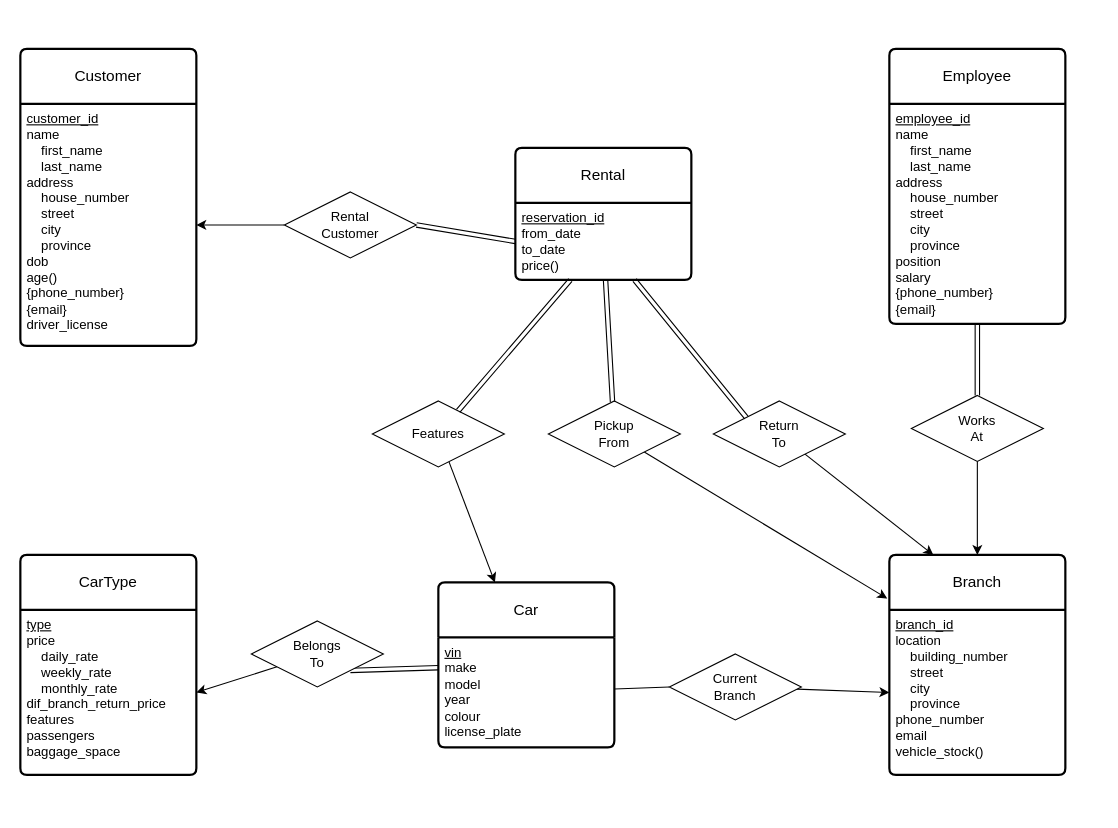
This is ER_Diagram/Car_Rental-ER_Diagram.drawio from jordanbeaubien/fuzzy-waffle, a draw.io file, before an edit. Source tidied: cells renumbered, new cells numbered last; positions are measured from the earlier drawing's top-left corner, leaving out a move shared by most shapes. Both pictures are drawn from the tidied source at 110%, with x=0, y=0 at pixel (20, 48).
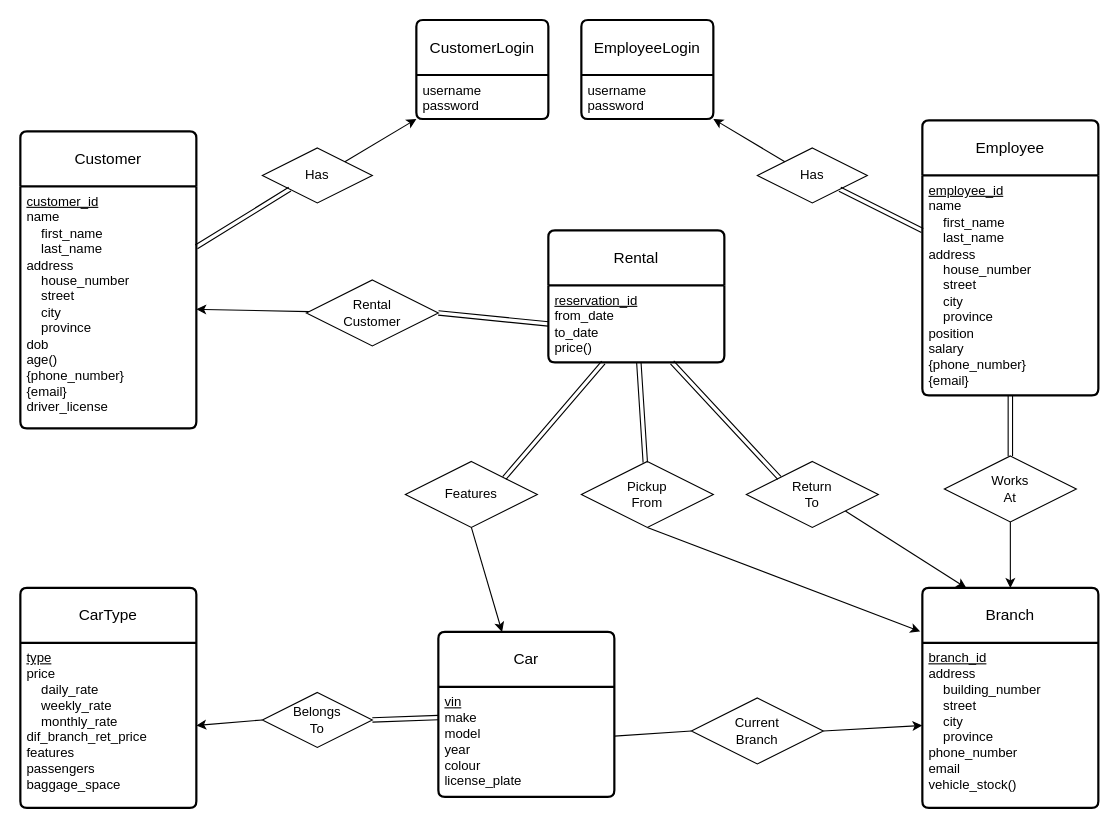
After the change.

Commit message (it also covers changes not shown here):
Updated ER diagram to match new Tables

Unchanged cells that the change refers to:
```xml
<mxCell id="3" value="&lt;u&gt;customer_id&lt;/u&gt;&lt;br&gt;name&lt;br&gt;&lt;span style=&quot;white-space: pre;&quot;&gt;&amp;nbsp;   &lt;/span&gt;first_name&lt;br&gt;&lt;span style=&quot;white-space: pre;&quot;&gt;&amp;nbsp;   &lt;/span&gt;last_name&lt;br&gt;address&lt;br&gt;&lt;span style=&quot;white-space: pre;&quot;&gt;    &lt;/span&gt;house_number&lt;br&gt;&lt;span style=&quot;white-space: pre;&quot;&gt;    &lt;/span&gt;street&lt;br&gt;&lt;span style=&quot;white-space: pre;&quot;&gt;    &lt;/span&gt;city&lt;br&gt;&lt;span style=&quot;white-space: pre;&quot;&gt;    &lt;/span&gt;province&lt;br&gt;dob&lt;br&gt;age()&lt;br&gt;{phone_number}&lt;br&gt;{email}&lt;br&gt;driver_license" style="align=left;strokeColor=none;fillColor=none;spacingLeft=4;fontSize=12;verticalAlign=top;html=1;" parent="2" vertex="1">
  <mxGeometry y="50" width="160" height="220" as="geometry" />
</mxCell>
<mxCell id="6" value="&lt;u&gt;reservation_id&lt;/u&gt;&lt;br&gt;from_date&lt;br&gt;to_date&lt;br&gt;price()&lt;br&gt;" style="align=left;strokeColor=none;fillColor=none;spacingLeft=4;fontSize=12;verticalAlign=top;html=1;" parent="5" vertex="1">
  <mxGeometry y="50" width="160" height="70" as="geometry" />
</mxCell>
<mxCell id="31" value="&lt;u&gt;employee_id&lt;/u&gt;&lt;br&gt;name&lt;br&gt;&lt;span style=&quot;&quot;&gt;&lt;/span&gt;&amp;nbsp; &amp;nbsp; first_name&lt;br&gt;&lt;span style=&quot;&quot;&gt;&lt;/span&gt;&amp;nbsp; &amp;nbsp; last_name&lt;br&gt;address&lt;br&gt;&lt;span style=&quot;&quot;&gt;&lt;/span&gt;&amp;nbsp; &amp;nbsp; house_number&lt;br&gt;&lt;span style=&quot;&quot;&gt;&lt;/span&gt;&amp;nbsp; &amp;nbsp; street&lt;br&gt;&lt;span style=&quot;&quot;&gt;&lt;/span&gt;&amp;nbsp; &amp;nbsp; city&lt;br&gt;&lt;span style=&quot;&quot;&gt;&lt;/span&gt;&amp;nbsp; &amp;nbsp; province&lt;br&gt;position&lt;br&gt;salary&lt;br&gt;{phone_number}&lt;br&gt;{email}" style="align=left;strokeColor=none;fillColor=none;spacingLeft=4;fontSize=12;verticalAlign=top;html=1;" parent="30" vertex="1">
  <mxGeometry y="50" width="160" height="200" as="geometry" />
</mxCell>
```

Diff of the diagram source:
```diff
@@
     <mxCell id="2" value="Customer" style="swimlane;horizontal=1;startSize=50;rounded=1;fontSize=14;fontStyle=0;strokeWidth=2;shadow=0;dashed=0;align=center;arcSize=4;whiteSpace=wrap;html=1;" parent="1" vertex="1">
-      <mxGeometry width="160" height="270" as="geometry" />
+      <mxGeometry y="75" width="160" height="270" as="geometry" />
     </mxCell>
@@
     <mxCell id="5" value="Rental" style="swimlane;horizontal=1;startSize=50;rounded=1;fontSize=14;fontStyle=0;strokeWidth=2;shadow=0;dashed=0;align=center;arcSize=4;whiteSpace=wrap;html=1;" parent="1" vertex="1">
-      <mxGeometry x="450" y="90" width="160" height="120" as="geometry" />
+      <mxGeometry x="480" y="165" width="160" height="120" as="geometry" />
     </mxCell>
@@
     <mxCell id="9" value="Rental&lt;br&gt;Customer" style="shape=rhombus;perimeter=rhombusPerimeter;whiteSpace=wrap;html=1;align=center;" parent="1" vertex="1">
-      <mxGeometry x="240" y="130" width="120" height="60" as="geometry" />
+      <mxGeometry x="260" y="210" width="120" height="60" as="geometry" />
     </mxCell>
-    <mxCell id="10" style="rounded=0;jettySize=auto;html=1;entryX=1;entryY=1;entryDx=0;entryDy=0;shape=link;" parent="1" edge="1" source="11" target="16">
+    <mxCell id="10" style="rounded=0;jettySize=auto;html=1;entryX=1;entryY=0.5;entryDx=0;entryDy=0;shape=link;" parent="1" edge="1" source="11" target="16">
       <mxGeometry relative="1" as="geometry" />
     </mxCell>
     <mxCell id="11" value="Car" style="swimlane;horizontal=1;startSize=50;rounded=1;fontSize=14;fontStyle=0;strokeWidth=2;shadow=0;dashed=0;align=center;arcSize=4;whiteSpace=wrap;html=1;" parent="1" vertex="1">
-      <mxGeometry x="380" y="485" width="160" height="150" as="geometry" />
+      <mxGeometry x="380" y="530" width="160" height="150" as="geometry" />
     </mxCell>
@@
     <mxCell id="13" value="CarType" style="swimlane;horizontal=1;startSize=50;rounded=1;fontSize=14;fontStyle=0;strokeWidth=2;shadow=0;dashed=0;align=center;arcSize=4;whiteSpace=wrap;html=1;" parent="1" vertex="1">
-      <mxGeometry y="460" width="160" height="200" as="geometry" />
+      <mxGeometry y="490" width="160" height="200" as="geometry" />
     </mxCell>
-    <mxCell id="14" value="&lt;u&gt;type&lt;/u&gt;&lt;br&gt;price&lt;br&gt;&lt;span style=&quot;white-space: pre;&quot;&gt;    &lt;/span&gt;daily_rate&lt;br&gt;&lt;span style=&quot;white-space: pre;&quot;&gt;    &lt;/span&gt;weekly_rate&lt;br&gt;&lt;span style=&quot;white-space: pre;&quot;&gt;    &lt;/span&gt;monthly_rate&lt;br&gt;dif_branch_return_price&lt;br&gt;features&lt;br&gt;passengers&lt;br&gt;baggage_space" style="align=left;strokeColor=none;fillColor=none;spacingLeft=4;fontSize=12;verticalAlign=top;html=1;" parent="13" vertex="1">
+    <mxCell id="14" value="&lt;u&gt;type&lt;/u&gt;&lt;br&gt;price&lt;br&gt;&lt;span style=&quot;white-space: pre;&quot;&gt;    &lt;/span&gt;daily_rate&lt;br&gt;&lt;span style=&quot;white-space: pre;&quot;&gt;    &lt;/span&gt;weekly_rate&lt;br&gt;&lt;span style=&quot;white-space: pre;&quot;&gt;    &lt;/span&gt;monthly_rate&lt;br&gt;dif_branch_ret_price&lt;br&gt;features&lt;br&gt;passengers&lt;br&gt;baggage_space" style="align=left;strokeColor=none;fillColor=none;spacingLeft=4;fontSize=12;verticalAlign=top;html=1;" parent="13" vertex="1">
       <mxGeometry y="50" width="160" height="150" as="geometry" />
     </mxCell>
-    <mxCell id="15" style="rounded=0;jettySize=auto;html=1;entryX=1;entryY=0.5;entryDx=0;entryDy=0;" parent="1" edge="1" source="16" target="14">
+    <mxCell id="15" style="rounded=0;jettySize=auto;html=1;entryX=1;entryY=0.5;entryDx=0;entryDy=0;exitX=0;exitY=0.5;exitDx=0;exitDy=0;" parent="1" edge="1" source="16" target="14">
       <mxGeometry relative="1" as="geometry" />
     </mxCell>
     <mxCell id="16" value="Belongs&lt;br&gt;To" style="shape=rhombus;perimeter=rhombusPerimeter;whiteSpace=wrap;html=1;align=center;" parent="1" vertex="1">
-      <mxGeometry x="210" y="520" width="120" height="60" as="geometry" />
+      <mxGeometry x="220" y="585" width="100" height="50" as="geometry" />
     </mxCell>
-    <mxCell id="17" style="rounded=0;jettySize=auto;html=1;" parent="1" edge="1" source="18" target="11">
+    <mxCell id="17" style="rounded=0;jettySize=auto;html=1;exitX=0.5;exitY=1;exitDx=0;exitDy=0;" parent="1" edge="1" source="18" target="11">
       <mxGeometry relative="1" as="geometry" />
     </mxCell>
     <mxCell id="18" value="Features" style="shape=rhombus;perimeter=rhombusPerimeter;whiteSpace=wrap;html=1;align=center;" parent="1" vertex="1">
-      <mxGeometry x="320" y="320" width="120" height="60" as="geometry" />
+      <mxGeometry x="350" y="375" width="120" height="60" as="geometry" />
     </mxCell>
-    <mxCell id="19" style="rounded=0;jettySize=auto;html=1;shape=link;" parent="1" edge="1" source="6" target="18">
+    <mxCell id="19" style="rounded=0;jettySize=auto;html=1;shape=link;entryX=1;entryY=0;entryDx=0;entryDy=0;" parent="1" edge="1" source="6" target="18">
       <mxGeometry relative="1" as="geometry" />
     </mxCell>
     <mxCell id="20" value="Branch" style="swimlane;horizontal=1;startSize=50;rounded=1;fontSize=14;fontStyle=0;strokeWidth=2;shadow=0;dashed=0;align=center;arcSize=4;whiteSpace=wrap;html=1;" parent="1" vertex="1">
-      <mxGeometry x="790" y="460" width="160" height="200" as="geometry" />
+      <mxGeometry x="820" y="490" width="160" height="200" as="geometry" />
     </mxCell>
-    <mxCell id="21" value="&lt;u&gt;branch_id&lt;/u&gt;&lt;br&gt;location&lt;br&gt;&lt;span style=&quot;white-space: pre;&quot;&gt;    &lt;/span&gt;building_number&lt;br&gt;&lt;span style=&quot;white-space: pre;&quot;&gt;    &lt;/span&gt;street&lt;br&gt;&lt;span style=&quot;white-space: pre;&quot;&gt;    &lt;/span&gt;city&lt;br&gt;&lt;span style=&quot;white-space: pre;&quot;&gt;    &lt;/span&gt;province&lt;br&gt;phone_number&lt;br&gt;email&lt;br&gt;vehicle_stock()" style="align=left;strokeColor=none;fillColor=none;spacingLeft=4;fontSize=12;verticalAlign=top;html=1;" parent="20" vertex="1">
+    <mxCell id="21" value="&lt;u&gt;branch_id&lt;/u&gt;&lt;br&gt;address&lt;br&gt;&lt;span style=&quot;white-space: pre;&quot;&gt;    &lt;/span&gt;building_number&lt;br&gt;&lt;span style=&quot;white-space: pre;&quot;&gt;    &lt;/span&gt;street&lt;br&gt;&lt;span style=&quot;white-space: pre;&quot;&gt;    &lt;/span&gt;city&lt;br&gt;&lt;span style=&quot;white-space: pre;&quot;&gt;    &lt;/span&gt;province&lt;br&gt;phone_number&lt;br&gt;email&lt;br&gt;vehicle_stock()" style="align=left;strokeColor=none;fillColor=none;spacingLeft=4;fontSize=12;verticalAlign=top;html=1;" parent="20" vertex="1">
       <mxGeometry y="50" width="160" height="150" as="geometry" />
     </mxCell>
-    <mxCell id="22" style="rounded=0;jettySize=auto;html=1;entryX=0;entryY=0.5;entryDx=0;entryDy=0;" parent="1" edge="1" source="23" target="21">
+    <mxCell id="22" style="rounded=0;jettySize=auto;html=1;entryX=0;entryY=0.5;entryDx=0;entryDy=0;exitX=1;exitY=0.5;exitDx=0;exitDy=0;" parent="1" edge="1" source="23" target="21">
       <mxGeometry relative="1" as="geometry" />
     </mxCell>
     <mxCell id="23" value="Current&lt;br&gt;Branch" style="shape=rhombus;perimeter=rhombusPerimeter;whiteSpace=wrap;html=1;align=center;" parent="1" vertex="1">
-      <mxGeometry x="590" y="550" width="120" height="60" as="geometry" />
+      <mxGeometry x="610" y="590" width="120" height="60" as="geometry" />
     </mxCell>
-    <mxCell id="24" style="rounded=0;jettySize=auto;html=1;entryX=-0.012;entryY=0.198;entryDx=0;entryDy=0;entryPerimeter=0;" parent="1" edge="1" source="25" target="20">
+    <mxCell id="24" style="rounded=0;jettySize=auto;html=1;entryX=-0.012;entryY=0.198;entryDx=0;entryDy=0;entryPerimeter=0;exitX=0.5;exitY=1;exitDx=0;exitDy=0;" parent="1" edge="1" source="25" target="20">
       <mxGeometry relative="1" as="geometry" />
     </mxCell>
     <mxCell id="25" value="Pickup&lt;br&gt;From" style="shape=rhombus;perimeter=rhombusPerimeter;whiteSpace=wrap;html=1;align=center;" parent="1" vertex="1">
-      <mxGeometry x="480" y="320" width="120" height="60" as="geometry" />
+      <mxGeometry x="510" y="375" width="120" height="60" as="geometry" />
     </mxCell>
-    <mxCell id="26" style="rounded=0;jettySize=auto;html=1;entryX=0.25;entryY=0;entryDx=0;entryDy=0;" parent="1" edge="1" source="27" target="20">
+    <mxCell id="26" style="rounded=0;jettySize=auto;html=1;entryX=0.25;entryY=0;entryDx=0;entryDy=0;exitX=1;exitY=1;exitDx=0;exitDy=0;" parent="1" edge="1" source="27" target="20">
       <mxGeometry relative="1" as="geometry" />
     </mxCell>
     <mxCell id="27" value="Return&lt;br&gt;To" style="shape=rhombus;perimeter=rhombusPerimeter;whiteSpace=wrap;html=1;align=center;" parent="1" vertex="1">
-      <mxGeometry x="630" y="320" width="120" height="60" as="geometry" />
+      <mxGeometry x="660" y="375" width="120" height="60" as="geometry" />
     </mxCell>
@@
     <mxCell id="30" value="Employee" style="swimlane;horizontal=1;startSize=50;rounded=1;fontSize=14;fontStyle=0;strokeWidth=2;shadow=0;dashed=0;align=center;arcSize=4;whiteSpace=wrap;html=1;" parent="1" vertex="1">
-      <mxGeometry x="790" width="160" height="250" as="geometry" />
+      <mxGeometry x="820" y="65" width="160" height="250" as="geometry" />
     </mxCell>
@@
     <mxCell id="33" value="Works&lt;br&gt;At" style="shape=rhombus;perimeter=rhombusPerimeter;whiteSpace=wrap;html=1;align=center;" parent="1" vertex="1">
-      <mxGeometry x="810" y="315" width="120" height="60" as="geometry" />
+      <mxGeometry x="840" y="370" width="120" height="60" as="geometry" />
     </mxCell>
@@
+    <mxCell id="36" value="CustomerLogin" style="swimlane;horizontal=1;startSize=50;rounded=1;fontSize=14;fontStyle=0;strokeWidth=2;shadow=0;dashed=0;align=center;arcSize=4;whiteSpace=wrap;html=1;" parent="1" vertex="1">
+      <mxGeometry x="360" y="-26.3" width="120" height="90" as="geometry" />
+    </mxCell>
+    <mxCell id="37" value="&lt;div&gt;username&lt;/div&gt;&lt;div&gt;password&lt;br&gt;&lt;/div&gt;" style="align=left;strokeColor=none;fillColor=none;spacingLeft=4;fontSize=12;verticalAlign=top;html=1;" parent="36" vertex="1">
+      <mxGeometry y="50" width="120" height="40" as="geometry" />
+    </mxCell>
+    <mxCell id="38" style="edgeStyle=orthogonalEdgeStyle;rounded=0;orthogonalLoop=1;jettySize=auto;html=1;exitX=0.5;exitY=1;exitDx=0;exitDy=0;" parent="36" edge="1" source="37" target="37">
+      <mxGeometry relative="1" as="geometry" />
+    </mxCell>
+    <mxCell id="39" value="Has" style="shape=rhombus;perimeter=rhombusPerimeter;whiteSpace=wrap;html=1;align=center;" parent="1" vertex="1">
+      <mxGeometry x="220" y="90" width="100" height="50" as="geometry" />
+    </mxCell>
+    <mxCell id="40" value="EmployeeLogin" style="swimlane;horizontal=1;startSize=50;rounded=1;fontSize=14;fontStyle=0;strokeWidth=2;shadow=0;dashed=0;align=center;arcSize=4;whiteSpace=wrap;html=1;" parent="1" vertex="1">
+      <mxGeometry x="510" y="-26.3" width="120" height="90" as="geometry" />
+    </mxCell>
+    <mxCell id="41" value="&lt;div&gt;username&lt;/div&gt;&lt;div&gt;password&lt;br&gt;&lt;/div&gt;" style="align=left;strokeColor=none;fillColor=none;spacingLeft=4;fontSize=12;verticalAlign=top;html=1;" parent="40" vertex="1">
+      <mxGeometry y="50" width="120" height="40" as="geometry" />
+    </mxCell>
+    <mxCell id="42" style="edgeStyle=orthogonalEdgeStyle;rounded=0;orthogonalLoop=1;jettySize=auto;html=1;exitX=0.5;exitY=1;exitDx=0;exitDy=0;" parent="40" edge="1" source="41" target="41">
+      <mxGeometry relative="1" as="geometry" />
+    </mxCell>
+    <mxCell id="43" value="Has" style="shape=rhombus;perimeter=rhombusPerimeter;whiteSpace=wrap;html=1;align=center;" parent="1" vertex="1">
+      <mxGeometry x="670" y="90" width="100" height="50" as="geometry" />
+    </mxCell>
+    <mxCell id="44" style="shape=link;html=1;rounded=0;exitX=1;exitY=0.25;exitDx=0;exitDy=0;entryX=0;entryY=1;entryDx=0;entryDy=0;" parent="1" edge="1" source="3" target="39">
+      <mxGeometry relative="1" as="geometry" />
+    </mxCell>
+    <mxCell id="45" style="shape=link;html=1;rounded=0;exitX=1;exitY=1;exitDx=0;exitDy=0;entryX=0;entryY=0.25;entryDx=0;entryDy=0;" parent="1" edge="1" source="43" target="31">
+      <mxGeometry relative="1" as="geometry" />
+    </mxCell>
+    <mxCell id="46" style="rounded=0;jettySize=auto;html=1;entryX=0;entryY=1;entryDx=0;entryDy=0;exitX=1;exitY=0;exitDx=0;exitDy=0;" parent="1" edge="1" source="39" target="37">
+      <mxGeometry relative="1" as="geometry" />
+    </mxCell>
+    <mxCell id="47" style="rounded=0;jettySize=auto;html=1;entryX=1;entryY=1;entryDx=0;entryDy=0;exitX=0;exitY=0;exitDx=0;exitDy=0;" parent="1" edge="1" source="43" target="40">
+      <mxGeometry relative="1" as="geometry" />
+    </mxCell>
```
